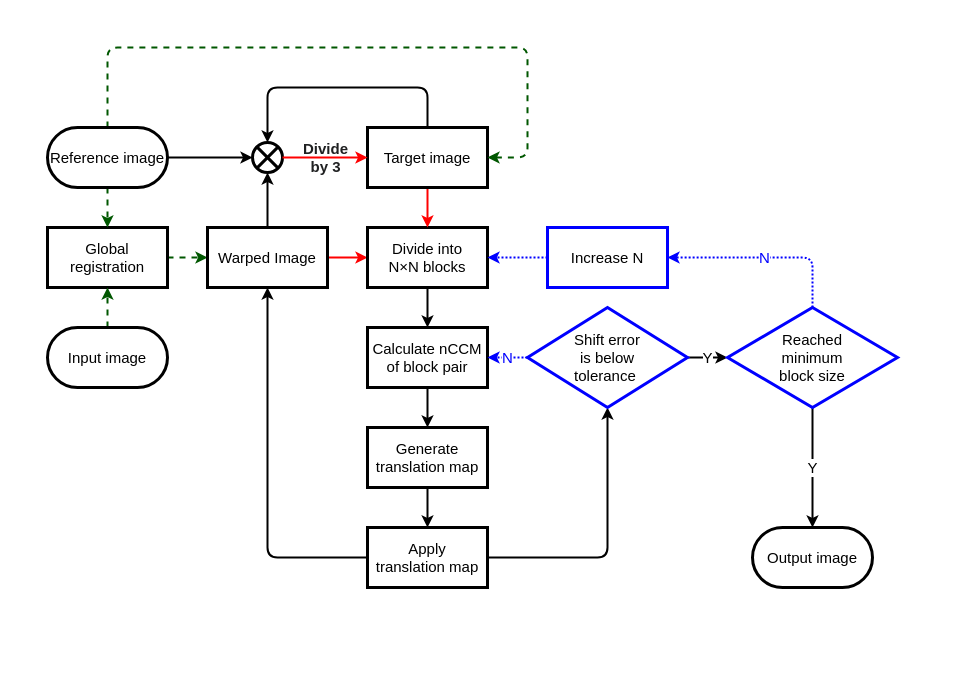
ZaneWiegand/Microscope-SR keeps this draw.io diagram as Registration/flow.dio. Above is the earlier version. Source tidied: cells renumbered, new cells numbered last; positions are measured from the earlier drawing's top-left corner, leaving out a move shared by most shapes. Both pictures are drawn from the tidied source at 100%, with x=0, y=0 at pixel (47, 47).
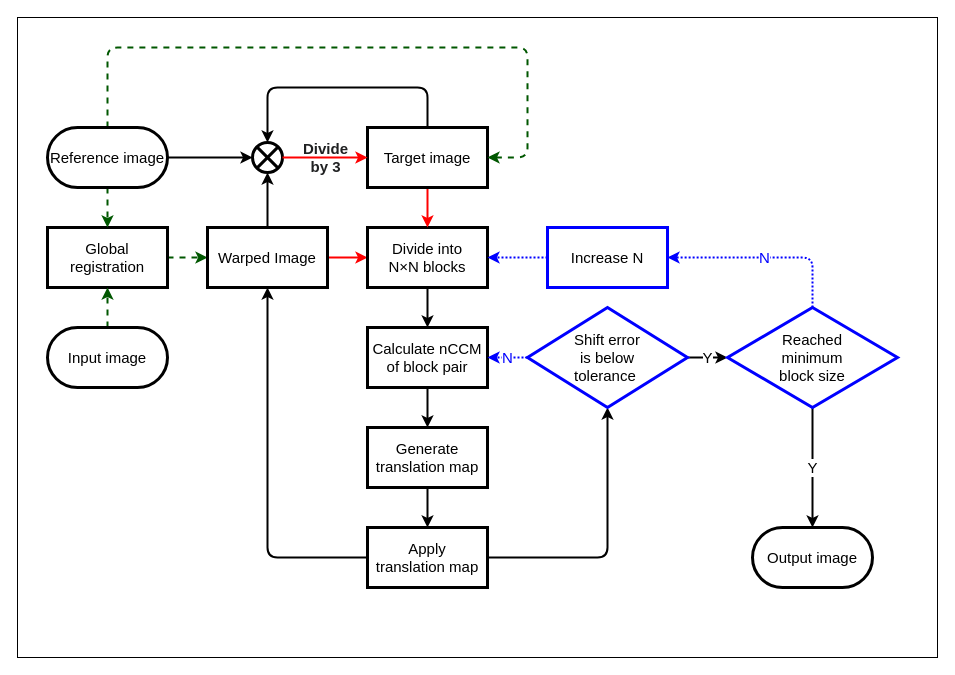
The same page after the edit.

Diff of the diagram source:
```diff
@@
+    <mxCell id="36" style="rounded=0;whiteSpace=wrap;html=1;fillColor=#FFFFFF;" parent="1" vertex="1">
+      <mxGeometry x="-30" y="-30" width="920" height="640" as="geometry" />
+    </mxCell>
```
